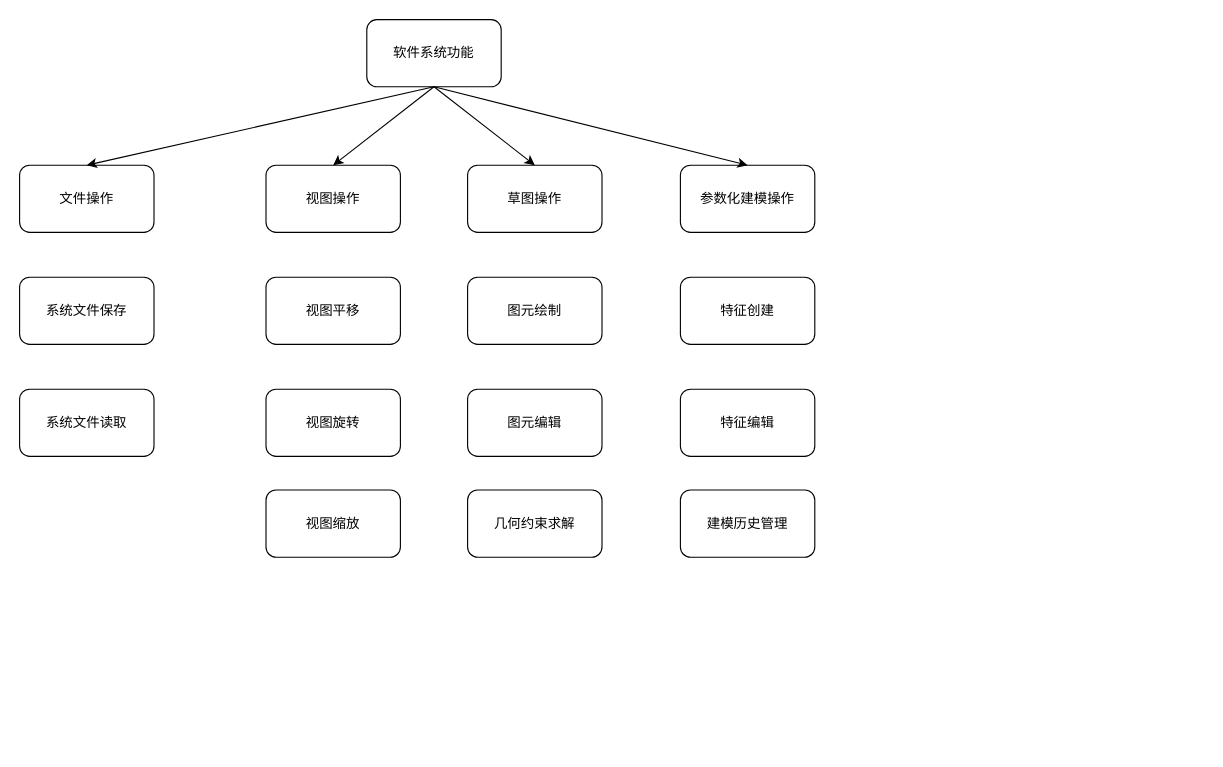
Earlier version of the draw.io diagram 系统功能划分图.drawio (liuhuliuhu123/First-test). Source tidied: cells renumbered, new cells numbered last; positions are measured from the earlier drawing's top-left corner, leaving out a move shared by most shapes. Both pictures are drawn from the tidied source at 112%, with x=0, y=0 at pixel (19, 19).
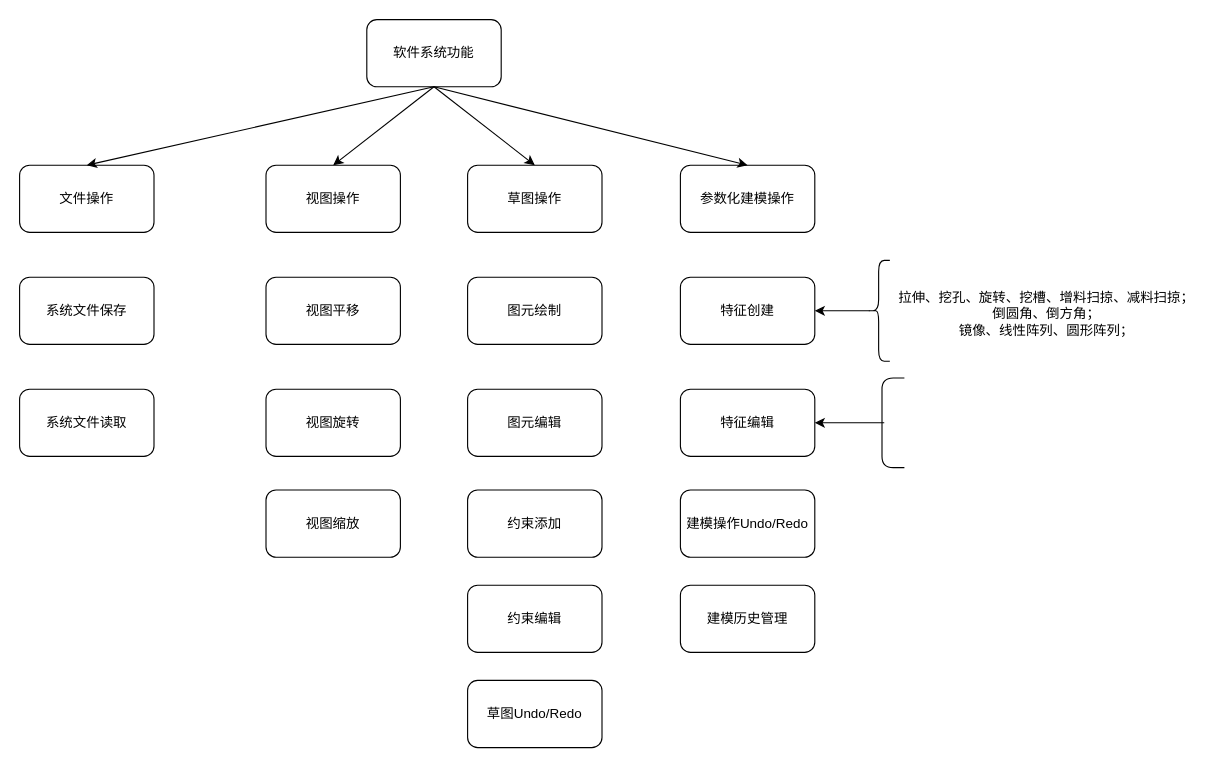
After the change.

Commit message (it also covers changes not shown here):
更新系统功能划分图.drawio

The change refers to these unchanged cells:
```xml
<mxCell id="15" value="特征创建" style="rounded=1;whiteSpace=wrap;html=1;" parent="1" vertex="1">
  <mxGeometry x="590" y="230" width="120" height="60" as="geometry" />
</mxCell>
<mxCell id="16" value="特征编辑" style="rounded=1;whiteSpace=wrap;html=1;" parent="1" vertex="1">
  <mxGeometry x="590" y="330" width="120" height="60" as="geometry" />
</mxCell>
```

Diff of the diagram source:
```diff
@@
-    <mxCell id="14" value="几何约束求解" style="rounded=1;whiteSpace=wrap;html=1;" parent="1" vertex="1">
+    <mxCell id="14" value="约束添加" style="rounded=1;whiteSpace=wrap;html=1;" parent="1" vertex="1">
       <mxGeometry x="400" y="420" width="120" height="60" as="geometry" />
     </mxCell>
@@
     <mxCell id="17" value="建模历史管理" style="rounded=1;whiteSpace=wrap;html=1;" parent="1" vertex="1">
-      <mxGeometry x="590" y="420" width="120" height="60" as="geometry" />
+      <mxGeometry x="590" y="505" width="120" height="60" as="geometry" />
     </mxCell>
@@
+    <mxCell id="22" style="edgeStyle=orthogonalEdgeStyle;rounded=0;jettySize=auto;html=1;exitX=0.1;exitY=0.5;exitDx=0;exitDy=0;exitPerimeter=0;entryX=1;entryY=0.5;entryDx=0;entryDy=0;" parent="1" edge="1" source="23" target="16">
+      <mxGeometry relative="1" as="geometry" />
+    </mxCell>
+    <mxCell id="23" style="shape=curlyBracket;whiteSpace=wrap;html=1;rounded=1;labelPosition=left;verticalLabelPosition=middle;align=right;verticalAlign=middle;size=0;" parent="1" vertex="1">
+      <mxGeometry x="770" y="320" width="20" height="80" as="geometry" />
+    </mxCell>
+    <mxCell id="24" style="edgeStyle=orthogonalEdgeStyle;rounded=0;jettySize=auto;html=1;exitX=0.1;exitY=0.5;exitDx=0;exitDy=0;exitPerimeter=0;entryX=1;entryY=0.5;entryDx=0;entryDy=0;" parent="1" edge="1" source="25" target="15">
+      <mxGeometry relative="1" as="geometry" />
+    </mxCell>
+    <mxCell id="25" style="shape=curlyBracket;whiteSpace=wrap;html=1;rounded=1;labelPosition=left;verticalLabelPosition=middle;align=right;verticalAlign=middle;" parent="1" vertex="1">
+      <mxGeometry x="757" y="215" width="20" height="90" as="geometry" />
+    </mxCell>
+    <mxCell id="26" value="拉伸、挖孔、旋转、挖槽、增料扫掠、减料扫掠；&lt;br&gt;倒圆角、倒方角；&lt;br&gt;镜像、线性阵列、圆形阵列；" style="text;html=1;strokeColor=none;fillColor=none;align=center;verticalAlign=middle;whiteSpace=wrap;rounded=0;" parent="1" vertex="1">
+      <mxGeometry x="777" y="215" width="280" height="95" as="geometry" />
+    </mxCell>
+    <mxCell id="27" value="草图Undo/Redo" style="rounded=1;whiteSpace=wrap;html=1;" parent="1" vertex="1">
+      <mxGeometry x="400" y="590" width="120" height="60" as="geometry" />
+    </mxCell>
+    <mxCell id="28" value="建模操作Undo/Redo" style="rounded=1;whiteSpace=wrap;html=1;" parent="1" vertex="1">
+      <mxGeometry x="590" y="420" width="120" height="60" as="geometry" />
+    </mxCell>
+    <mxCell id="29" value="约束编辑" style="rounded=1;whiteSpace=wrap;html=1;" parent="1" vertex="1">
+      <mxGeometry x="400" y="505" width="120" height="60" as="geometry" />
+    </mxCell>
```
